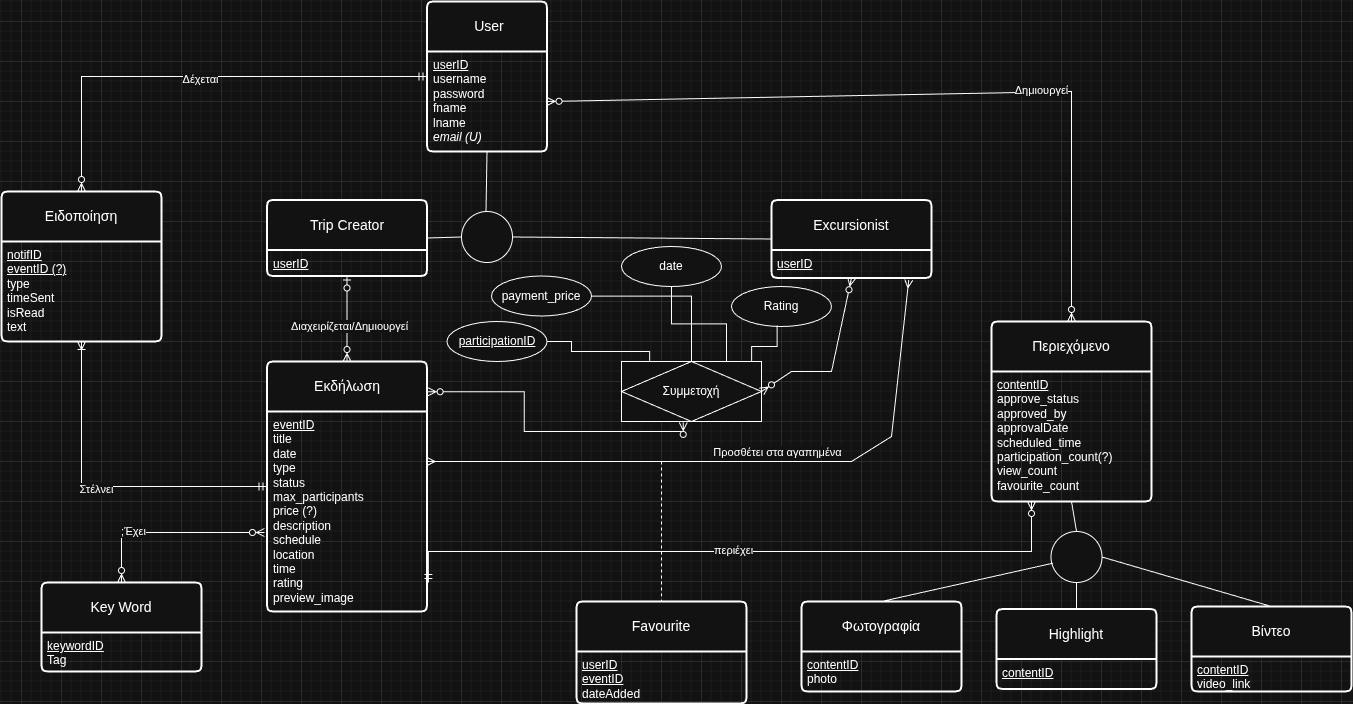
The draw.io diagram diagrams/DB/ER.png in SpyrosSiachamis/Travel-Platform-Project, before a commit. Source tidied: cells renumbered, new cells last; positions are measured from the earlier drawing's top-left corner, leaving out a move shared by most shapes.
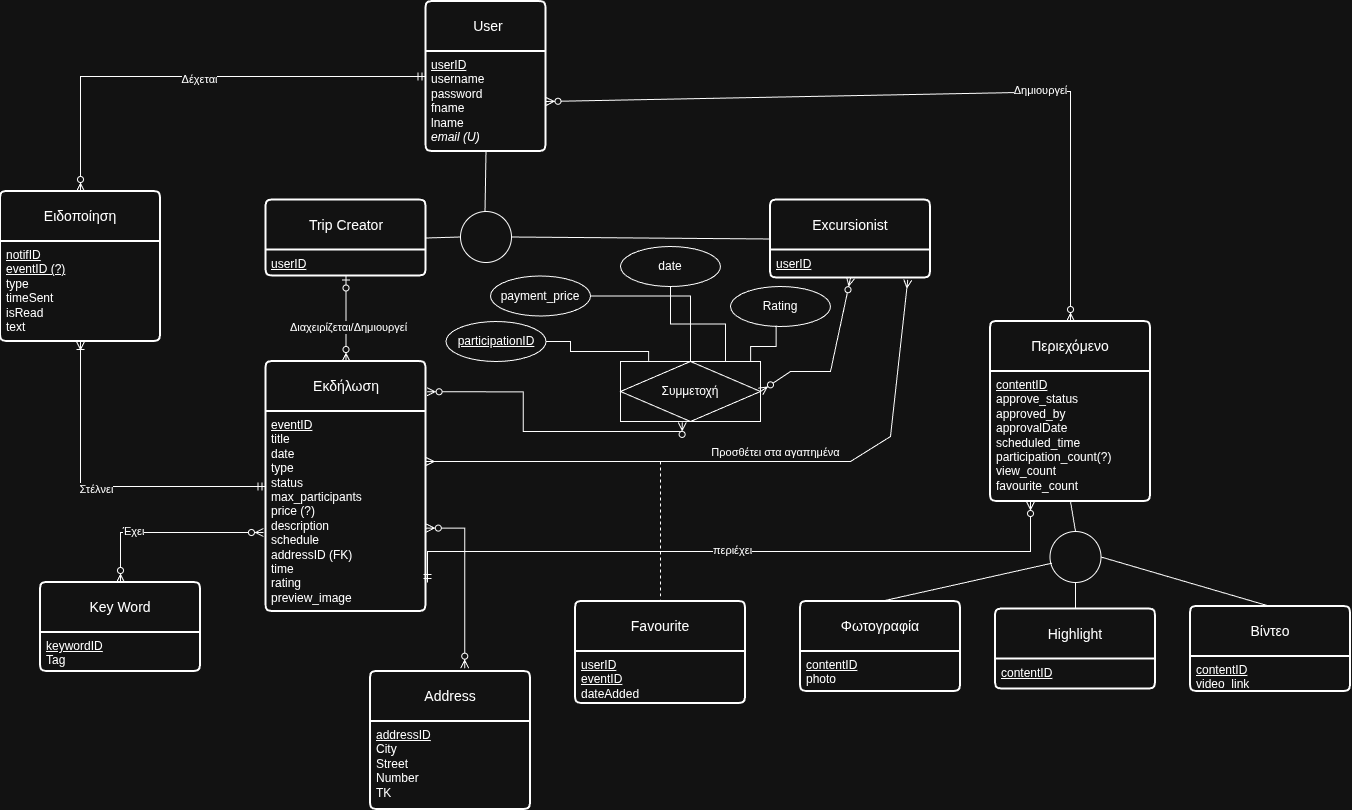
The same file after the commit.

Commit message:
Changed location attribute to addressID and added an address entity to  obey 3NF normalization rules

What changed in the source:
```diff
@@ -43,7 +43,7 @@
     <mxCell id="14" value="Εκδήλωση" style="swimlane;horizontal=1;startSize=50;rounded=1;fontSize=14;fontStyle=0;strokeWidth=2;shadow=0;dashed=0;align=center;arcSize=4;whiteSpace=wrap;html=1;" parent="1" vertex="1">
       <mxGeometry x="265.5" y="360" width="160" height="250" as="geometry" />
     </mxCell>
-    <mxCell id="15" value="&lt;u&gt;eventID&lt;br&gt;&lt;/u&gt;title&lt;br&gt;date&lt;div&gt;type&lt;/div&gt;&lt;div&gt;status&lt;/div&gt;&lt;div&gt;max_participants&lt;/div&gt;&lt;div&gt;price (?)&lt;/div&gt;&lt;div&gt;description&lt;/div&gt;&lt;div&gt;schedule&lt;/div&gt;&lt;div&gt;location&lt;/div&gt;&lt;div&gt;time&lt;/div&gt;&lt;div&gt;rating&lt;/div&gt;&lt;div&gt;preview_image&lt;/div&gt;" style="align=left;strokeColor=none;fillColor=none;spacingLeft=4;spacingRight=4;fontSize=12;verticalAlign=top;html=1;whiteSpace=wrap;" parent="14" vertex="1">
+    <mxCell id="15" value="&lt;u&gt;eventID&lt;br&gt;&lt;/u&gt;title&lt;br&gt;date&lt;div&gt;type&lt;/div&gt;&lt;div&gt;status&lt;/div&gt;&lt;div&gt;max_participants&lt;/div&gt;&lt;div&gt;price (?)&lt;/div&gt;&lt;div&gt;description&lt;/div&gt;&lt;div&gt;schedule&lt;/div&gt;&lt;div&gt;addressID (FK)&lt;/div&gt;&lt;div&gt;time&lt;/div&gt;&lt;div&gt;rating&lt;/div&gt;&lt;div&gt;preview_image&lt;/div&gt;" style="align=left;strokeColor=none;fillColor=none;spacingLeft=4;spacingRight=4;fontSize=12;verticalAlign=top;html=1;whiteSpace=wrap;" parent="14" vertex="1">
       <mxGeometry y="50" width="160" height="200" as="geometry" />
     </mxCell>
     <mxCell id="16" style="fontSize=12;html=1;endArrow=ERmany;startArrow=ERmany;rounded=0;entryX=0.858;entryY=1.066;entryDx=0;entryDy=0;entryPerimeter=0;exitX=1;exitY=0.25;exitDx=0;exitDy=0;" parent="1" edge="1" source="15" target="11">
@@ -185,7 +185,7 @@
     <mxCell id="52" style="edgeStyle=orthogonalEdgeStyle;fontSize=12;html=1;endArrow=ERzeroToMany;endFill=1;startArrow=ERzeroToMany;rounded=0;exitX=0.5;exitY=0;exitDx=0;exitDy=0;entryX=-0.016;entryY=0.605;entryDx=0;entryDy=0;entryPerimeter=0;" parent="1" edge="1" source="50" target="15">
       <mxGeometry relative="1" as="geometry" />
     </mxCell>
-    <mxCell id="53" value=";Έχει" style="edgeLabel;html=1;align=center;verticalAlign=middle;" parent="52" vertex="1">
+    <mxCell id="53" value="Έχει" style="edgeLabel;html=1;align=center;verticalAlign=middle;" parent="52" vertex="1">
       <mxGeometry x="-0.36" y="2" relative="1" as="geometry" />
     </mxCell>
     <mxCell id="54" value="Favourite" style="swimlane;horizontal=1;startSize=50;rounded=1;fontSize=14;fontStyle=0;strokeWidth=2;shadow=0;dashed=0;align=center;arcSize=4;whiteSpace=wrap;html=1;" parent="1" vertex="1">
@@ -205,5 +205,14 @@
     <mxCell id="58" style="edgeStyle=orthogonalEdgeStyle;rounded=0;jettySize=auto;html=1;entryX=0.929;entryY=0;entryDx=0;entryDy=0;endArrow=none;endFill=0;exitX=0.456;exitY=0.975;exitDx=0;exitDy=0;exitPerimeter=0;entryPerimeter=0;" parent="1" edge="1" source="57" target="18">
       <mxGeometry relative="1" as="geometry" />
     </mxCell>
+    <mxCell id="59" value="Address" style="swimlane;horizontal=1;startSize=50;rounded=1;fontSize=14;fontStyle=0;strokeWidth=2;shadow=0;dashed=0;align=center;arcSize=4;whiteSpace=wrap;html=1;" parent="1" vertex="1">
+      <mxGeometry x="370" y="670" width="160" height="138" as="geometry" />
+    </mxCell>
+    <mxCell id="60" value="&lt;u&gt;addressID&lt;/u&gt;&lt;br&gt;City&lt;div&gt;Street&lt;/div&gt;&lt;div&gt;Number&lt;/div&gt;&lt;div&gt;TK&lt;/div&gt;" style="align=left;strokeColor=none;fillColor=none;spacingLeft=4;spacingRight=4;fontSize=12;verticalAlign=top;html=1;whiteSpace=wrap;" parent="59" vertex="1">
+      <mxGeometry y="50" width="160" height="88" as="geometry" />
+    </mxCell>
+    <mxCell id="61" style="edgeStyle=orthogonalEdgeStyle;fontSize=12;html=1;endArrow=ERzeroToMany;endFill=1;startArrow=ERzeroToMany;rounded=0;exitX=1.002;exitY=0.583;exitDx=0;exitDy=0;exitPerimeter=0;entryX=0.589;entryY=-0.024;entryDx=0;entryDy=0;entryPerimeter=0;" parent="1" edge="1" source="15" target="59">
+      <mxGeometry relative="1" as="geometry" />
+    </mxCell>
   </root>
 </mxGraphModel>
```
